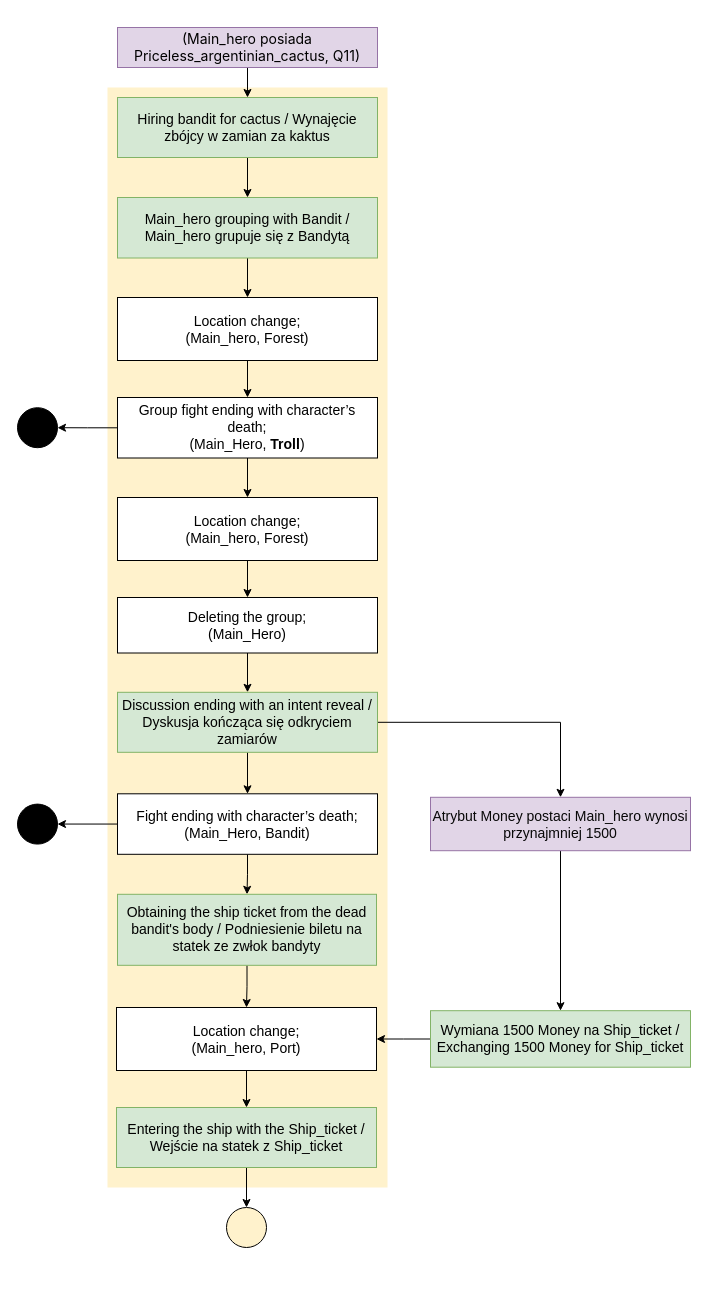
Earlier version of the draw.io diagram Group12.drawio (krzkro4122/uj-pwk_quest). Source tidied: cells renumbered, new cells numbered last; positions are measured from the earlier drawing's top-left corner, leaving out a move shared by most shapes. Both pictures are drawn from the tidied source at 100%, with x=0, y=0 at pixel (17, 27).
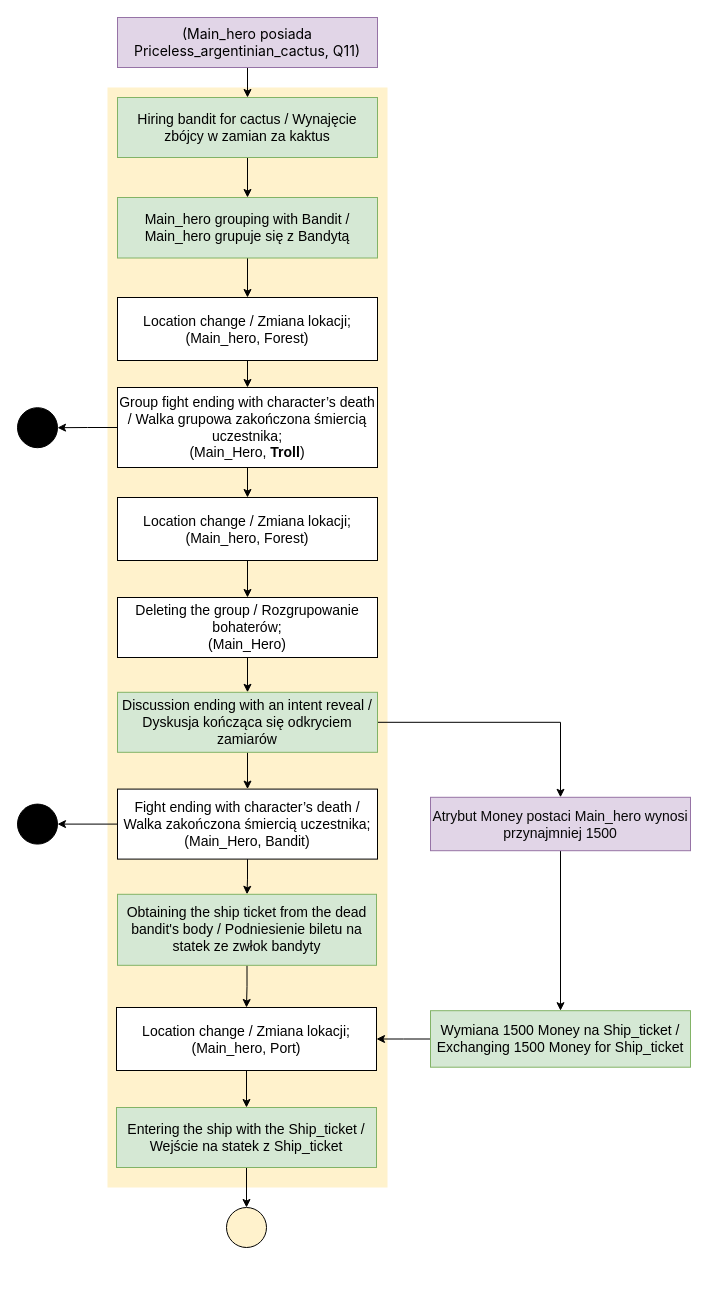
The same diagram, later.

Commit message:
i was jk lol - now they should be good

Change to the diagram source:
```diff
@@
     <mxCell id="6" value="&lt;div style=&quot;box-sizing: border-box; font-family: -apple-system, &amp;quot;system-ui&amp;quot;, &amp;quot;Segoe UI&amp;quot;, system-ui, &amp;quot;Apple Color Emoji&amp;quot;, &amp;quot;Segoe UI Emoji&amp;quot;, &amp;quot;Segoe UI Web&amp;quot;, sans-serif; font-size: 14px;&quot;&gt;&lt;div style=&quot;&quot;&gt;(Main_hero posiada Priceless_argentinian_cactus, Q11)&lt;/div&gt;&lt;div&gt;&lt;/div&gt;&lt;/div&gt;" style="rounded=0;whiteSpace=wrap;html=1;strokeColor=#9673a6;fillColor=#e1d5e7;" parent="1" vertex="1">
-      <mxGeometry x="100" width="260" height="40" as="geometry" />
+      <mxGeometry x="100" y="-10" width="260" height="50" as="geometry" />
     </mxCell>
@@
-    <mxCell id="13" value="&lt;span id=&quot;docs-internal-guid-4cfbbf0f-7fff-1ddc-6e00-4f36d3d0db7e&quot;&gt;&lt;span style=&quot;background-color: transparent ; vertical-align: baseline&quot;&gt;&lt;font&gt;&lt;span style=&quot;font-size: 14px;&quot;&gt;Group fight ending with character’s death;&lt;br&gt;&lt;/span&gt;&lt;span style=&quot;font-size: 14px;&quot;&gt;(Main_Hero,&amp;nbsp;&lt;b&gt;Troll&lt;/b&gt;)&lt;/span&gt;&lt;br&gt;&lt;/font&gt;&lt;/span&gt;&lt;/span&gt;" style="rounded=0;whiteSpace=wrap;html=1;align=center;" parent="1" vertex="1">
-      <mxGeometry x="100" y="370" width="260" height="60.5" as="geometry" />
+    <mxCell id="13" value="&lt;span id=&quot;docs-internal-guid-4cfbbf0f-7fff-1ddc-6e00-4f36d3d0db7e&quot;&gt;&lt;span style=&quot;background-color: transparent ; vertical-align: baseline&quot;&gt;&lt;font&gt;&lt;font style=&quot;font-size: 14px;&quot;&gt;Group fight ending with character’s death / Walka grupowa zakończona śmiercią uczestnika&lt;/font&gt;&lt;span style=&quot;font-size: 14px;&quot;&gt;;&lt;br&gt;&lt;/span&gt;&lt;span style=&quot;font-size: 14px;&quot;&gt;(Main_Hero,&amp;nbsp;&lt;b&gt;Troll&lt;/b&gt;)&lt;/span&gt;&lt;br&gt;&lt;/font&gt;&lt;/span&gt;&lt;/span&gt;" style="rounded=0;whiteSpace=wrap;html=1;align=center;" parent="1" vertex="1">
+      <mxGeometry x="100" y="360" width="260" height="80" as="geometry" />
     </mxCell>
@@
-    <mxCell id="15" value="&lt;span id=&quot;docs-internal-guid-4cfbbf0f-7fff-1ddc-6e00-4f36d3d0db7e&quot;&gt;&lt;span style=&quot;background-color: transparent ; vertical-align: baseline&quot;&gt;&lt;font&gt;&lt;font face=&quot;arial&quot;&gt;&lt;span style=&quot;font-size: 14px&quot;&gt;Location change;&lt;br&gt;&lt;/span&gt;&lt;/font&gt;&lt;span style=&quot;font-size: 14px;&quot;&gt;(Main_hero, Forest)&lt;/span&gt;&lt;br&gt;&lt;/font&gt;&lt;/span&gt;&lt;/span&gt;" style="rounded=0;whiteSpace=wrap;html=1;align=center;" parent="1" vertex="1">
+    <mxCell id="15" value="&lt;span id=&quot;docs-internal-guid-4cfbbf0f-7fff-1ddc-6e00-4f36d3d0db7e&quot;&gt;&lt;span style=&quot;background-color: transparent ; vertical-align: baseline&quot;&gt;&lt;font&gt;&lt;font style=&quot;font-size: 14px;&quot;&gt;Location change / Zmiana lokacji&lt;/font&gt;&lt;font face=&quot;arial&quot;&gt;&lt;span style=&quot;font-size: 14px&quot;&gt;;&lt;br&gt;&lt;/span&gt;&lt;/font&gt;&lt;span style=&quot;font-size: 14px;&quot;&gt;(Main_hero, Forest)&lt;/span&gt;&lt;br&gt;&lt;/font&gt;&lt;/span&gt;&lt;/span&gt;" style="rounded=0;whiteSpace=wrap;html=1;align=center;" parent="1" vertex="1">
       <mxGeometry x="100" y="470" width="260" height="63" as="geometry" />
     </mxCell>
@@
-    <mxCell id="17" value="&lt;span id=&quot;docs-internal-guid-4cfbbf0f-7fff-1ddc-6e00-4f36d3d0db7e&quot;&gt;&lt;span style=&quot;background-color: transparent ; vertical-align: baseline&quot;&gt;&lt;font&gt;&lt;font face=&quot;arial&quot;&gt;&lt;span style=&quot;font-size: 14px&quot;&gt;Deleting the group;&lt;br&gt;&lt;/span&gt;&lt;/font&gt;&lt;span style=&quot;font-size: 14px;&quot;&gt;(Main_Hero)&lt;/span&gt;&lt;br&gt;&lt;/font&gt;&lt;/span&gt;&lt;/span&gt;" style="rounded=0;whiteSpace=wrap;html=1;align=center;" parent="1" vertex="1">
-      <mxGeometry x="100" y="570" width="260" height="55.5" as="geometry" />
+    <mxCell id="17" value="&lt;span id=&quot;docs-internal-guid-4cfbbf0f-7fff-1ddc-6e00-4f36d3d0db7e&quot;&gt;&lt;span style=&quot;background-color: transparent ; vertical-align: baseline&quot;&gt;&lt;font&gt;&lt;font style=&quot;font-size: 14px;&quot;&gt;Deleting the group / Rozgrupowanie bohaterów&lt;/font&gt;&lt;font face=&quot;arial&quot;&gt;&lt;span style=&quot;font-size: 14px&quot;&gt;;&lt;br&gt;&lt;/span&gt;&lt;/font&gt;&lt;span style=&quot;font-size: 14px;&quot;&gt;(Main_Hero)&lt;/span&gt;&lt;br&gt;&lt;/font&gt;&lt;/span&gt;&lt;/span&gt;" style="rounded=0;whiteSpace=wrap;html=1;align=center;" parent="1" vertex="1">
+      <mxGeometry x="100" y="570" width="260" height="60" as="geometry" />
     </mxCell>
@@
-    <mxCell id="20" value="&lt;span id=&quot;docs-internal-guid-4cfbbf0f-7fff-1ddc-6e00-4f36d3d0db7e&quot;&gt;&lt;span style=&quot;background-color: transparent ; vertical-align: baseline&quot;&gt;&lt;font&gt;&lt;span style=&quot;font-size: 14px;&quot;&gt;Fight ending with character’s death;&lt;br&gt;&lt;/span&gt;&lt;span style=&quot;font-size: 14px;&quot;&gt;(Main_Hero, Bandit)&lt;/span&gt;&lt;br&gt;&lt;/font&gt;&lt;/span&gt;&lt;/span&gt;" style="rounded=0;whiteSpace=wrap;html=1;align=center;" parent="1" vertex="1">
-      <mxGeometry x="100" y="766.3" width="260" height="60.5" as="geometry" />
+    <mxCell id="20" value="&lt;span id=&quot;docs-internal-guid-4cfbbf0f-7fff-1ddc-6e00-4f36d3d0db7e&quot;&gt;&lt;span style=&quot;background-color: transparent ; vertical-align: baseline&quot;&gt;&lt;font&gt;&lt;font style=&quot;font-size: 14px;&quot;&gt;Fight ending with character’s death / Walka zakończona śmiercią uczestnika&lt;/font&gt;&lt;span style=&quot;font-size: 14px;&quot;&gt;;&lt;br&gt;&lt;/span&gt;&lt;span style=&quot;font-size: 14px;&quot;&gt;(Main_Hero, Bandit)&lt;/span&gt;&lt;br&gt;&lt;/font&gt;&lt;/span&gt;&lt;/span&gt;" style="rounded=0;whiteSpace=wrap;html=1;align=center;" parent="1" vertex="1">
+      <mxGeometry x="100" y="761.6" width="260" height="70" as="geometry" />
     </mxCell>
@@
-    <mxCell id="29" value="&lt;span id=&quot;docs-internal-guid-4cfbbf0f-7fff-1ddc-6e00-4f36d3d0db7e&quot;&gt;&lt;span style=&quot;background-color: transparent ; vertical-align: baseline&quot;&gt;&lt;font&gt;&lt;font face=&quot;arial&quot;&gt;&lt;span style=&quot;font-size: 14px&quot;&gt;Location change;&lt;br&gt;&lt;/span&gt;&lt;/font&gt;&lt;span style=&quot;font-size: 14px;&quot;&gt;(Main_hero, Forest)&lt;/span&gt;&lt;br&gt;&lt;/font&gt;&lt;/span&gt;&lt;/span&gt;" style="rounded=0;whiteSpace=wrap;html=1;align=center;" parent="1" vertex="1">
+    <mxCell id="29" value="&lt;span id=&quot;docs-internal-guid-4cfbbf0f-7fff-1ddc-6e00-4f36d3d0db7e&quot;&gt;&lt;span style=&quot;background-color: transparent ; vertical-align: baseline&quot;&gt;&lt;font&gt;&lt;font style=&quot;font-size: 14px;&quot;&gt;Location change / Zmiana lokacji&lt;/font&gt;&lt;font face=&quot;arial&quot;&gt;&lt;span style=&quot;font-size: 14px&quot;&gt;;&lt;br&gt;&lt;/span&gt;&lt;/font&gt;&lt;span style=&quot;font-size: 14px;&quot;&gt;(Main_hero, Forest)&lt;/span&gt;&lt;br&gt;&lt;/font&gt;&lt;/span&gt;&lt;/span&gt;" style="rounded=0;whiteSpace=wrap;html=1;align=center;" parent="1" vertex="1">
       <mxGeometry x="100" y="270" width="260" height="63" as="geometry" />
     </mxCell>
@@
-    <mxCell id="37" value="&lt;span id=&quot;docs-internal-guid-4cfbbf0f-7fff-1ddc-6e00-4f36d3d0db7e&quot;&gt;&lt;span style=&quot;background-color: transparent ; vertical-align: baseline&quot;&gt;&lt;font&gt;&lt;font face=&quot;arial&quot;&gt;&lt;span style=&quot;font-size: 14px&quot;&gt;Location change;&lt;br&gt;&lt;/span&gt;&lt;/font&gt;&lt;span style=&quot;font-size: 14px;&quot;&gt;(Main_hero, Port)&lt;/span&gt;&lt;br&gt;&lt;/font&gt;&lt;/span&gt;&lt;/span&gt;" style="rounded=0;whiteSpace=wrap;html=1;align=center;" parent="1" vertex="1">
+    <mxCell id="37" value="&lt;span id=&quot;docs-internal-guid-4cfbbf0f-7fff-1ddc-6e00-4f36d3d0db7e&quot;&gt;&lt;span style=&quot;background-color: transparent ; vertical-align: baseline&quot;&gt;&lt;font style=&quot;font-size: 14px;&quot;&gt;&lt;font style=&quot;font-size: 14px;&quot; face=&quot;arial&quot;&gt;Location change / Zmiana lokacji;&lt;br&gt;&lt;/font&gt;&lt;span style=&quot;font-size: 14px;&quot;&gt;(Main_hero, Port)&lt;/span&gt;&lt;br&gt;&lt;/font&gt;&lt;/span&gt;&lt;/span&gt;" style="rounded=0;whiteSpace=wrap;html=1;align=center;" parent="1" vertex="1">
       <mxGeometry x="99" y="980" width="260" height="63" as="geometry" />
     </mxCell>
```
